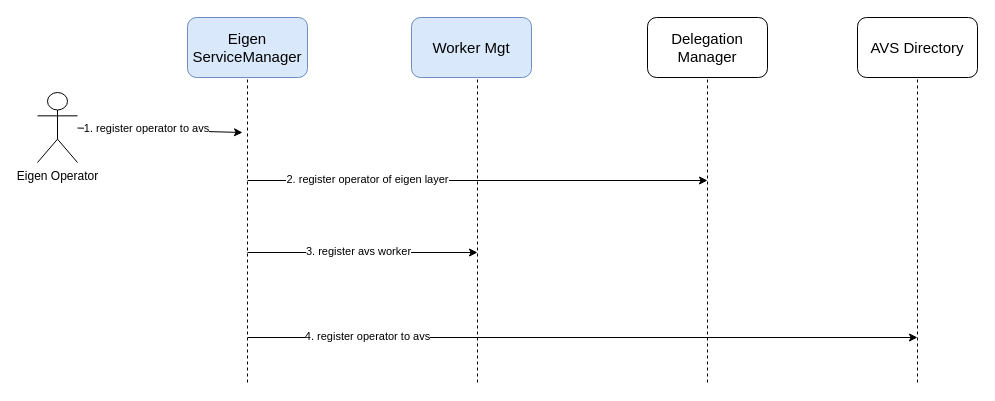
This is page "第 5 页" (5 of 5) of inter-files/zkFHE-architecture.drawio from primus-labs/zkFHE-Network-Docs, a draw.io file, before an edit. Source tidied: cells renumbered, new cells numbered last; positions are measured from the earlier drawing's top-left corner, leaving out a move shared by most shapes. Both pictures are drawn from the tidied source at 100%, with x=0, y=0 at pixel (37, 17).
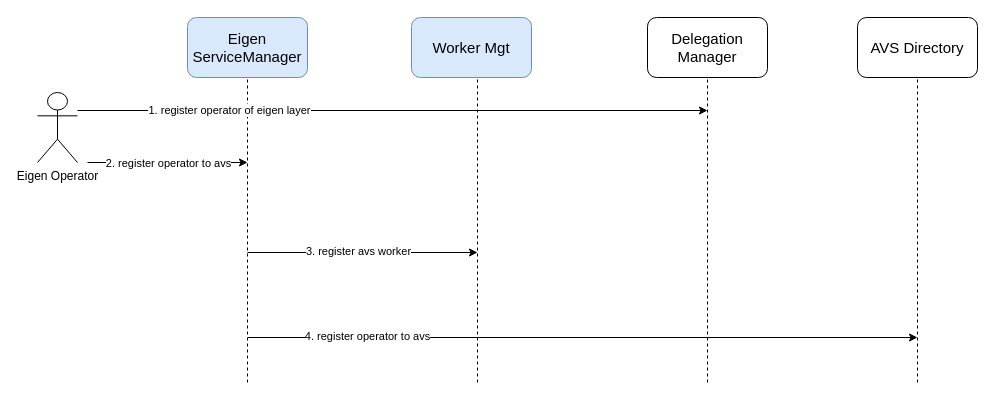
After the change.

Commit message (it also covers changes not shown here):
update eigen pic

The change refers to these unchanged cells:
```xml
<mxCell id="2" value="Eigen Operator" style="shape=umlActor;verticalLabelPosition=bottom;verticalAlign=top;html=1;outlineConnect=0;" parent="1" vertex="1">
  <mxGeometry y="75" width="40" height="70" as="geometry" />
</mxCell>
```

Diff of the diagram source:
```diff
@@
-    <mxCell id="5" style="endArrow=classic;html=1;rounded=0;" parent="1" edge="1" source="2">
+    <mxCell id="5" style="endArrow=classic;html=1;rounded=0;" parent="1" edge="1">
       <mxGeometry relative="1" as="geometry">
-        <mxPoint x="205" y="115" as="targetPoint" />
+        <mxPoint x="40" y="93" as="sourcePoint" />
+        <mxPoint x="670" y="93" as="targetPoint" />
       </mxGeometry>
     </mxCell>
@@
-    <mxCell id="7" value="1. register operator to avs" style="edgeLabel;html=1;align=center;verticalAlign=middle;" parent="5" vertex="1">
+    <mxCell id="7" value="1. register operator of eigen layer" style="edgeLabel;html=1;align=center;verticalAlign=middle;" parent="5" vertex="1">
       <mxGeometry x="-0.64" y="1" relative="1" as="geometry">
         <mxPoint x="38" as="offset" />
       </mxGeometry>
     </mxCell>
@@
     <mxCell id="18" style="endArrow=classic;html=1;rounded=0;" parent="1" edge="1">
       <mxGeometry relative="1" as="geometry">
-        <mxPoint x="210" y="163" as="sourcePoint" />
-        <mxPoint x="670" y="163" as="targetPoint" />
+        <mxPoint x="50" y="145" as="sourcePoint" />
+        <mxPoint x="210" y="145" as="targetPoint" />
       </mxGeometry>
     </mxCell>
-    <mxCell id="19" value="2. register operator of eigen layer" style="edgeLabel;html=1;align=center;verticalAlign=middle;" parent="18" vertex="1">
-      <mxGeometry x="-0.69" y="3" relative="1" as="geometry">
-        <mxPoint x="48" y="1" as="offset" />
-      </mxGeometry>
-    </mxCell>
+    <mxCell id="20" value="2. register operator to avs" style="edgeLabel;html=1;align=center;verticalAlign=middle;" parent="18" vertex="1">
+      <mxGeometry x="-0.41" y="3" relative="1" as="geometry">
+        <mxPoint x="33" y="3" as="offset" />
+      </mxGeometry>
+    </mxCell>
```
